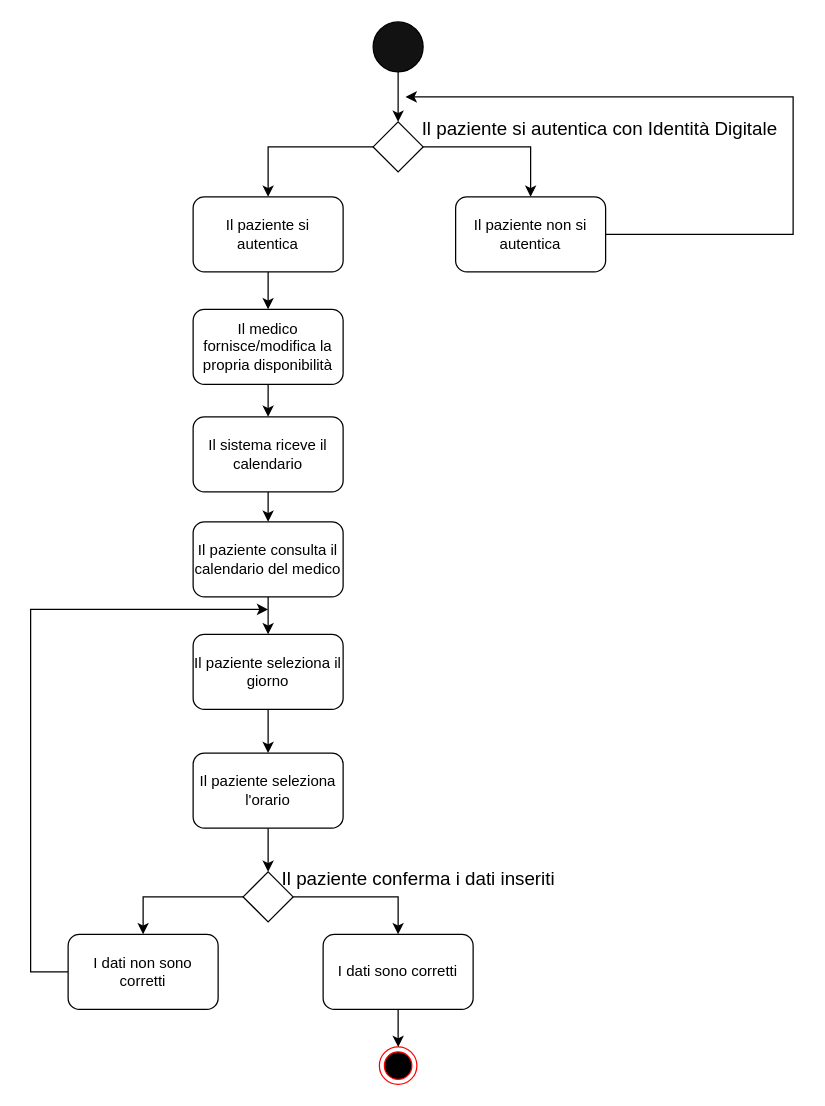
Earlier version of the draw.io diagram page "activity" (2 of 5) of DiagrammiMedSync.drawio (frncscrlnd/MedSync-Sistema-di-Gestione-Appuntamenti-e-Documentazione-Medica). Source tidied: cells renumbered, new cells numbered last; positions are measured from the earlier drawing's top-left corner, leaving out a move shared by most shapes. Both pictures are drawn from the tidied source at 125%, with x=0, y=0 at pixel (30, 21).
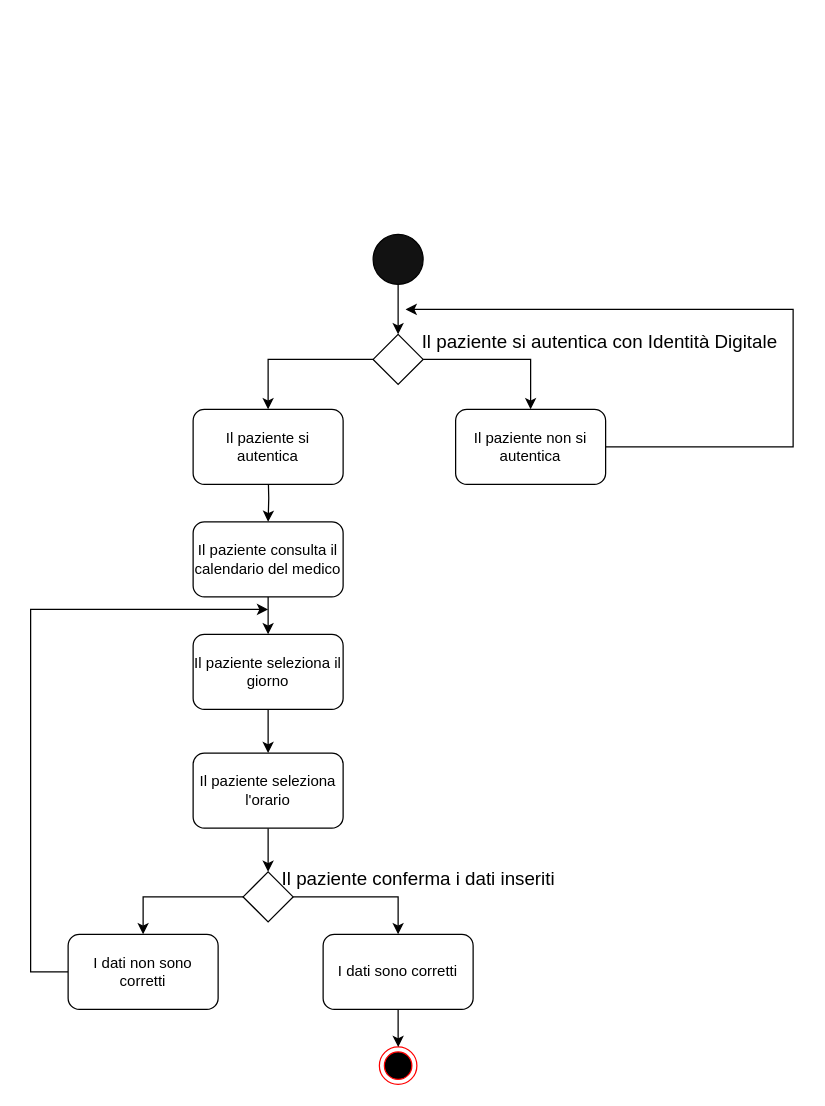
Above is the later version.

The change refers to these unchanged cells:
```xml
<mxCell id="18" value="Il paziente consulta il calendario del medico" style="rounded=1;whiteSpace=wrap;html=1;" parent="1" vertex="1">
  <mxGeometry x="130" y="400" width="120" height="60" as="geometry" />
</mxCell>
```

Diff of the diagram source:
```diff
@@
     <mxCell id="4" style="ellipse;whiteSpace=wrap;html=1;fillColor=#121212;" parent="1" vertex="1">
-      <mxGeometry x="274" width="40" height="40" as="geometry" />
+      <mxGeometry x="274" y="170" width="40" height="40" as="geometry" />
     </mxCell>
@@
     <mxCell id="11" style="rhombus;whiteSpace=wrap;html=1;" parent="1" vertex="1">
-      <mxGeometry x="274" y="80" width="40" height="40" as="geometry" />
+      <mxGeometry x="274" y="250" width="40" height="40" as="geometry" />
     </mxCell>
     <mxCell id="12" value="&lt;font style=&quot;font-size: 15px;&quot;&gt;Il paziente si autentica con Identità Digitale&lt;/font&gt;" style="text;html=1;align=center;verticalAlign=middle;strokeColor=none;fillColor=none;" parent="1" vertex="1">
-      <mxGeometry x="300" y="70" width="310" height="30" as="geometry" />
+      <mxGeometry x="300" y="240" width="310" height="30" as="geometry" />
     </mxCell>
-    <mxCell id="13" style="edgeStyle=orthogonalEdgeStyle;rounded=0;jettySize=auto;html=1;" parent="1" edge="1" source="14" target="20">
-      <mxGeometry relative="1" as="geometry" />
-    </mxCell>
+    <mxCell id="31" style="edgeStyle=orthogonalEdgeStyle;rounded=0;jettySize=auto;html=1;" parent="1" edge="1" target="18">
+      <mxGeometry relative="1" as="geometry">
+        <mxPoint x="190" y="360" as="sourcePoint" />
+      </mxGeometry>
+    </mxCell>
     <mxCell id="14" value="Il paziente si autentica" style="rounded=1;whiteSpace=wrap;html=1;" parent="1" vertex="1">
-      <mxGeometry x="130" y="140" width="120" height="60" as="geometry" />
+      <mxGeometry x="130" y="310" width="120" height="60" as="geometry" />
     </mxCell>
     <mxCell id="15" style="edgeStyle=orthogonalEdgeStyle;rounded=0;jettySize=auto;html=1;" parent="1" edge="1" source="16">
       <mxGeometry relative="1" as="geometry">
-        <mxPoint x="300" y="60" as="targetPoint" />
+        <mxPoint x="300" y="230" as="targetPoint" />
         <Array as="points">
-          <mxPoint x="610" y="170" />
-          <mxPoint x="610" y="60" />
-          <mxPoint x="301" y="60" />
+          <mxPoint x="610" y="340" />
+          <mxPoint x="610" y="230" />
+          <mxPoint x="301" y="230" />
         </Array>
       </mxGeometry>
     </mxCell>
     <mxCell id="16" value="Il paziente non si autentica" style="rounded=1;whiteSpace=wrap;html=1;" parent="1" vertex="1">
-      <mxGeometry x="340" y="140" width="120" height="60" as="geometry" />
+      <mxGeometry x="340" y="310" width="120" height="60" as="geometry" />
     </mxCell>
@@
-    <mxCell id="19" style="edgeStyle=orthogonalEdgeStyle;rounded=0;jettySize=auto;html=1;" parent="1" edge="1" source="20" target="30">
-      <mxGeometry relative="1" as="geometry" />
-    </mxCell>
-    <mxCell id="20" value="Il medico fornisce/modifica la propria disponibilità" style="rounded=1;whiteSpace=wrap;html=1;" parent="1" vertex="1">
-      <mxGeometry x="130" y="230" width="120" height="60" as="geometry" />
-    </mxCell>
@@
-    <mxCell id="29" style="edgeStyle=orthogonalEdgeStyle;rounded=0;jettySize=auto;html=1;" parent="1" edge="1" source="30" target="18">
-      <mxGeometry relative="1" as="geometry" />
-    </mxCell>
-    <mxCell id="30" value="Il sistema riceve il calendario" style="rounded=1;whiteSpace=wrap;html=1;" parent="1" vertex="1">
-      <mxGeometry x="130" y="316" width="120" height="60" as="geometry" />
-    </mxCell>
```
